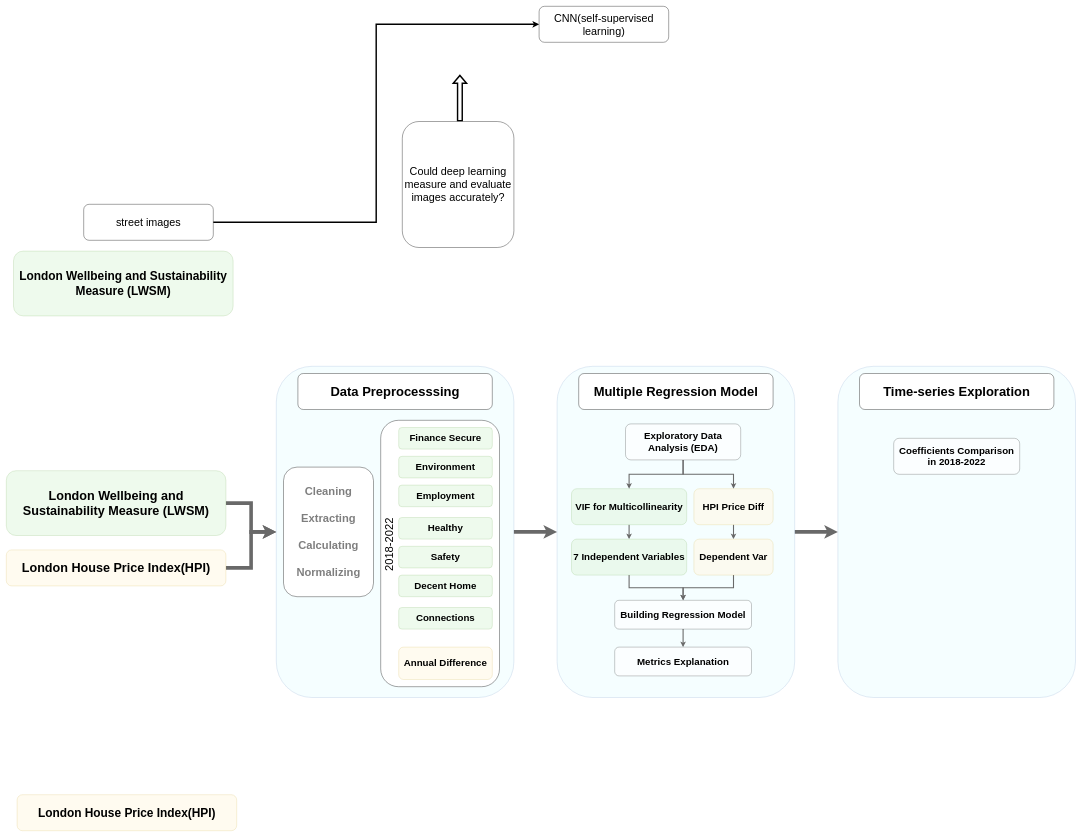
This is AnalysisResult/research_structure.drawio from BohaoSuCC/CASA0007A2QMBohaoSu, a draw.io file, before an edit. Source tidied: cells renumbered, new cells numbered last; positions are measured from the earlier drawing's top-left corner, leaving out a move shared by most shapes. Both pictures are drawn from the tidied source at 36%, with x=0, y=0 at pixel (6, 6).
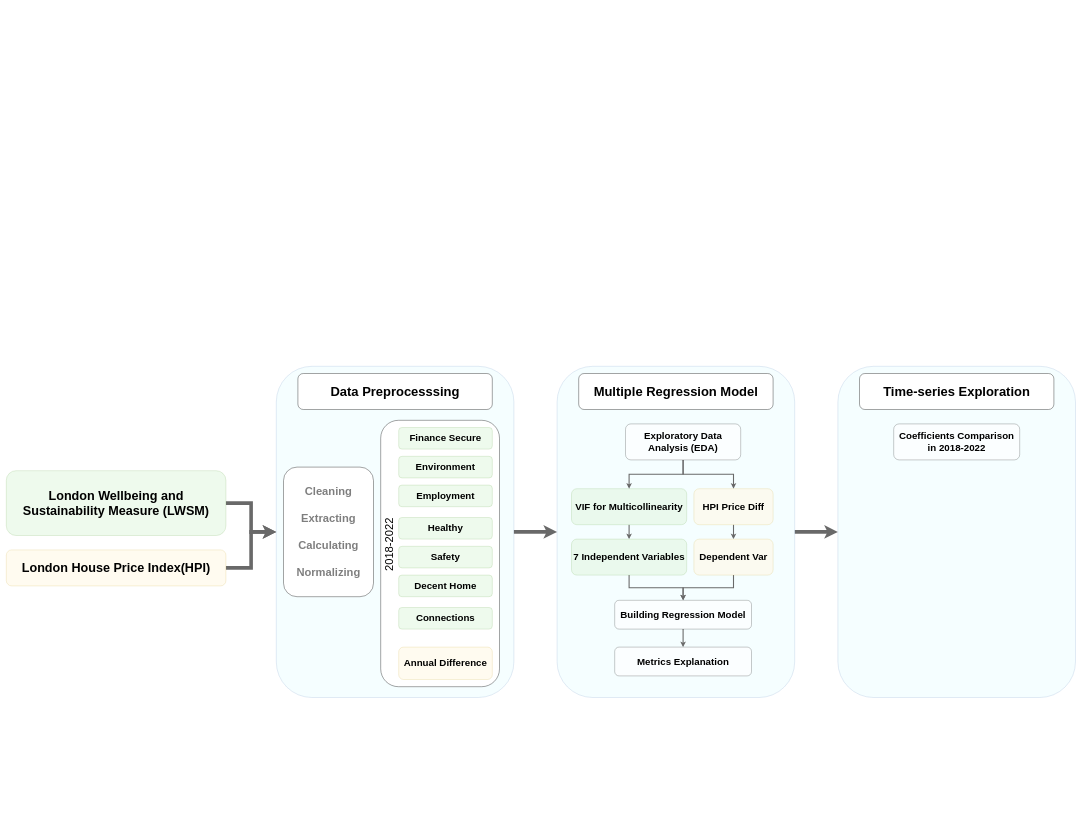
The same page after the edit.

Diff of the diagram source:
```diff
@@
-    <mxCell id="8" value="street images" style="rounded=1;whiteSpace=wrap;html=1;fontSize=30;" parent="1" vertex="1">
-      <mxGeometry x="215" y="550" width="360" height="100" as="geometry" />
-    </mxCell>
-    <mxCell id="9" value="CNN(self-supervised learning)" style="rounded=1;whiteSpace=wrap;html=1;fontSize=30;" parent="1" vertex="1">
-      <mxGeometry x="1480" width="360" height="100" as="geometry" />
-    </mxCell>
-    <mxCell id="10" style="edgeStyle=orthogonalEdgeStyle;rounded=0;jettySize=auto;html=1;exitX=1;exitY=0.5;exitDx=0;exitDy=0;entryX=0;entryY=0.5;entryDx=0;entryDy=0;fontSize=30;strokeWidth=4;" parent="1" edge="1" source="8" target="9">
-      <mxGeometry relative="1" as="geometry" />
-    </mxCell>
@@
-    <mxCell id="12" style="shape=flexArrow;endArrow=classic;html=1;rounded=0;strokeWidth=4;fontSize=30;" parent="1" edge="1">
-      <mxGeometry relative="1" as="geometry">
-        <mxPoint x="1260" y="320" as="sourcePoint" />
-        <mxPoint x="1260" y="190" as="targetPoint" />
-      </mxGeometry>
-    </mxCell>
-    <mxCell id="13" value="Could deep learning measure and evaluate images accurately?" style="rounded=1;whiteSpace=wrap;html=1;fontSize=30;" parent="1" vertex="1">
-      <mxGeometry x="1100" y="320" width="310" height="350" as="geometry" />
-    </mxCell>
@@
-    <mxCell id="20" value="London House Price Index(HPI)" style="rounded=1;whiteSpace=wrap;html=1;fontSize=33;fontStyle=1;fillColor=#FFF9E6;strokeColor=#d6b656;opacity=60;" parent="1" vertex="1">
-      <mxGeometry x="30" y="2190" width="610" height="100" as="geometry" />
-    </mxCell>
-    <mxCell id="21" value="London Wellbeing and Sustainability Measure (LWSM)" style="rounded=1;whiteSpace=wrap;html=1;fontSize=33;fontStyle=1;fillColor=#E3F7E2;strokeColor=#82b366;opacity=60;" parent="1" vertex="1">
-      <mxGeometry x="20" y="680" width="610" height="180" as="geometry" />
-    </mxCell>
@@
     <mxCell id="46" value="Coefficients Comparison in 2018-2022" style="rounded=1;whiteSpace=wrap;html=1;fontSize=27;opacity=60;fontStyle=1;" parent="1" vertex="1">
-      <mxGeometry x="2465" y="1200" width="350" height="100" as="geometry" />
+      <mxGeometry x="2465" y="1160" width="350" height="100" as="geometry" />
     </mxCell>
```
